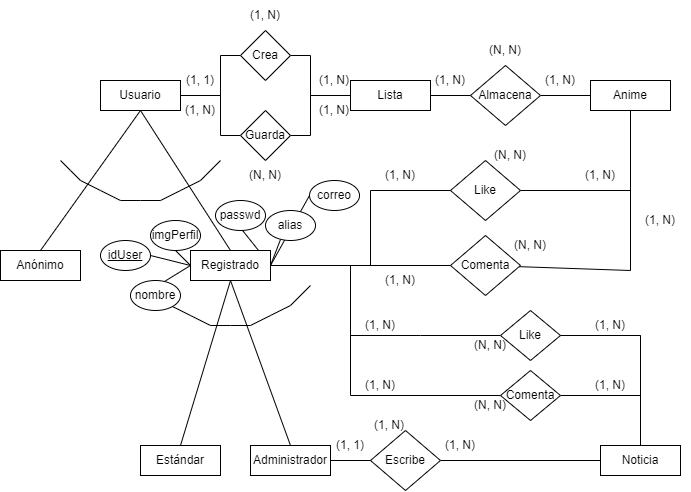
Before: YumeanimeE-R.png, a diagram exported from draw.io (raulfarce01/yumeanime). Source tidied: cells renumbered, new cells last; positions are measured from the earlier drawing's top-left corner, leaving out a move shared by most shapes.
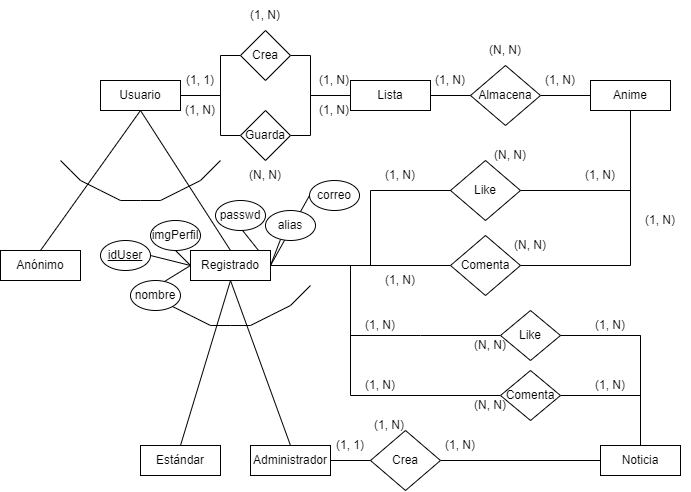
Later version of the same file.

Diff of the diagram source:
```diff
@@ -146,7 +146,7 @@
         <mxPoint x="440" y="460" as="sourcePoint" />
       </mxGeometry>
     </mxCell>
-    <mxCell id="32" value="Escribe" style="rhombus;whiteSpace=wrap;html=1;" parent="1" vertex="1">
+    <mxCell id="32" value="Crea" style="rhombus;whiteSpace=wrap;html=1;" parent="1" vertex="1">
       <mxGeometry x="370" y="430" width="70" height="60" as="geometry" />
     </mxCell>
     <mxCell id="33" style="edgeStyle=none;rounded=0;jettySize=auto;html=1;exitX=1;exitY=0.5;exitDx=0;exitDy=0;entryX=0;entryY=0.5;entryDx=0;entryDy=0;strokeColor=default;endArrow=none;endFill=0;" parent="1" edge="1" source="8">
@@ -236,7 +236,7 @@
     <mxCell id="57" style="edgeStyle=none;rounded=0;jettySize=auto;html=1;entryX=0.5;entryY=1;entryDx=0;entryDy=0;endArrow=none;endFill=0;strokeColor=default;" parent="1" edge="1" source="58" target="21">
       <mxGeometry relative="1" as="geometry">
         <Array as="points">
-          <mxPoint x="630" y="270" />
+          <mxPoint x="630" y="265" />
         </Array>
       </mxGeometry>
     </mxCell>
```
